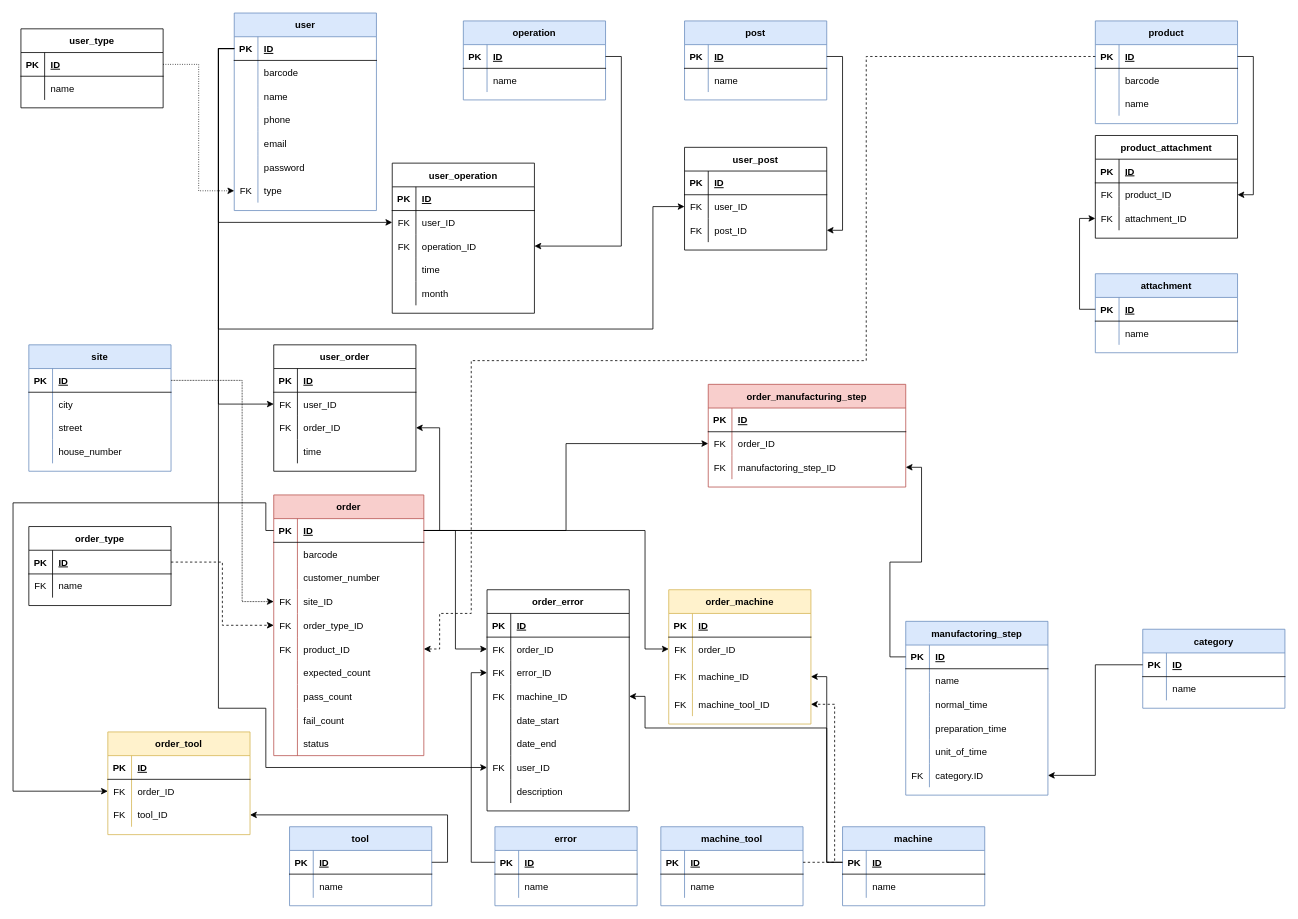
Above: DOC/diagrams/database_plan_2_0_0.drawio in KerteszZoltan/mesterminal (draw.io), before the change. Source tidied: cells renumbered, new cells numbered last; positions are measured from the earlier drawing's top-left corner, leaving out a move shared by most shapes. Both pictures are drawn from the tidied source at 79%, with x=0, y=0 at pixel (13, 13).
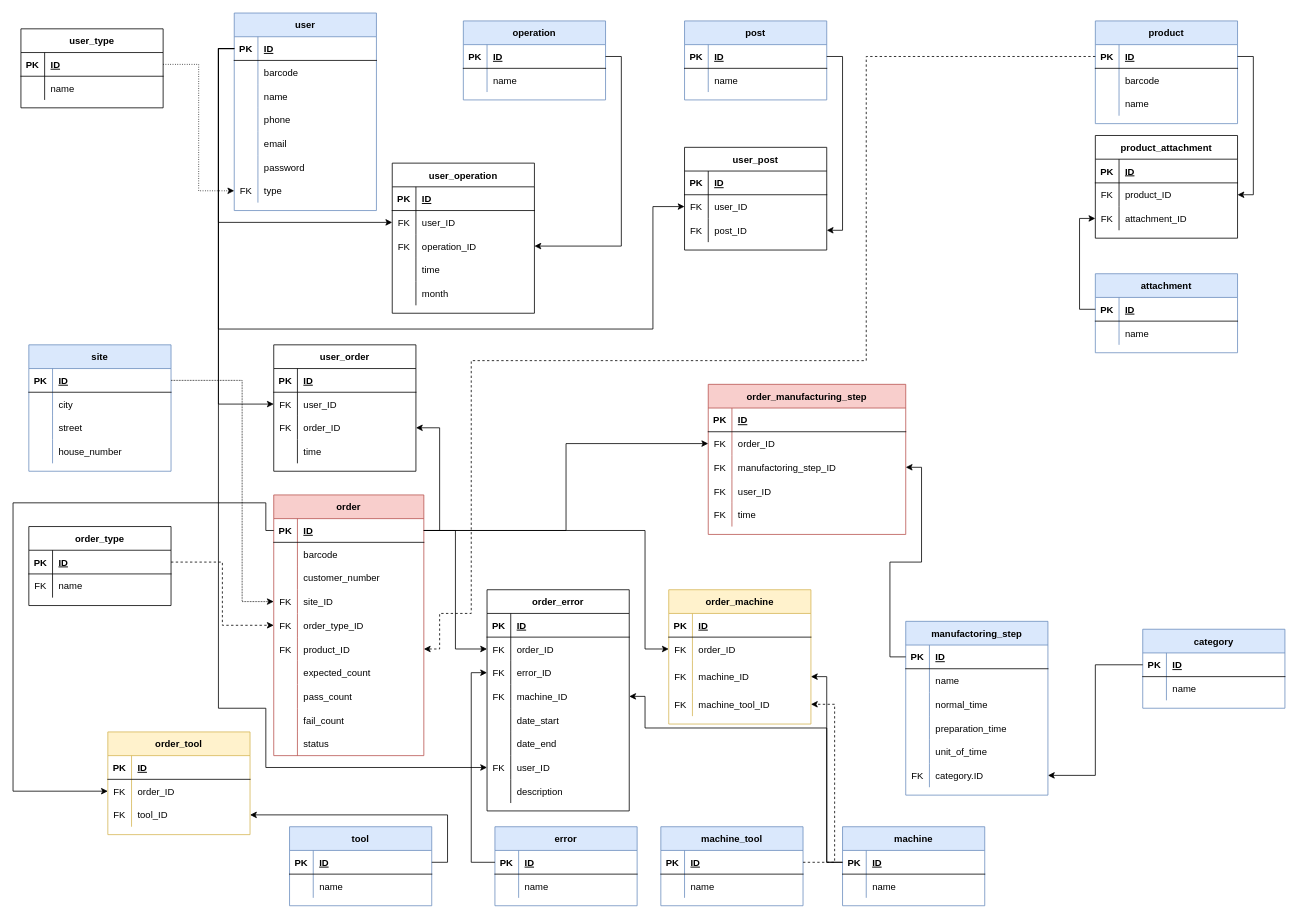
The same page after the edit.

Commit message:
order_manufaturing_step update with user and time

The edit, as a diff of the source:
```diff
@@
     <mxCell id="265" value="order_manufacturing_step" style="shape=table;startSize=30;childLayout=tableLayout;rowLines=0;fontStyle=1;align=center;fillColor=#f8cecc;strokeColor=#b85450;" parent="1" vertex="1">
-      <mxGeometry x="880" y="470" width="250" height="130" as="geometry" />
+      <mxGeometry x="880" y="470" width="250" height="190" as="geometry" />
     </mxCell>
@@
+    <mxCell id="298" style="shape=partialRectangle;fillColor=none;top=0;left=0;bottom=0;right=0;" parent="265" vertex="1">
+      <mxGeometry y="120" width="250" height="30" as="geometry" />
+    </mxCell>
+    <mxCell id="299" value="FK" style="shape=partialRectangle;fillColor=none;top=0;left=0;bottom=0;right=0;overflow=hidden;" parent="298" vertex="1">
+      <mxGeometry width="30" height="30" as="geometry" />
+    </mxCell>
+    <mxCell id="300" value="user_ID" style="shape=partialRectangle;fillColor=none;top=0;left=0;bottom=0;right=0;align=left;spacingLeft=6;overflow=hidden;" parent="298" vertex="1">
+      <mxGeometry x="30" width="220" height="30" as="geometry" />
+    </mxCell>
+    <mxCell id="301" style="shape=partialRectangle;fillColor=none;top=0;left=0;bottom=0;right=0;" parent="265" vertex="1">
+      <mxGeometry y="150" width="250" height="30" as="geometry" />
+    </mxCell>
+    <mxCell id="302" value="FK" style="shape=partialRectangle;fillColor=none;top=0;left=0;bottom=0;right=0;overflow=hidden;" parent="301" vertex="1">
+      <mxGeometry width="30" height="30" as="geometry" />
+    </mxCell>
+    <mxCell id="303" value="time" style="shape=partialRectangle;fillColor=none;top=0;left=0;bottom=0;right=0;align=left;spacingLeft=6;overflow=hidden;" parent="301" vertex="1">
+      <mxGeometry x="30" width="220" height="30" as="geometry" />
+    </mxCell>
```
